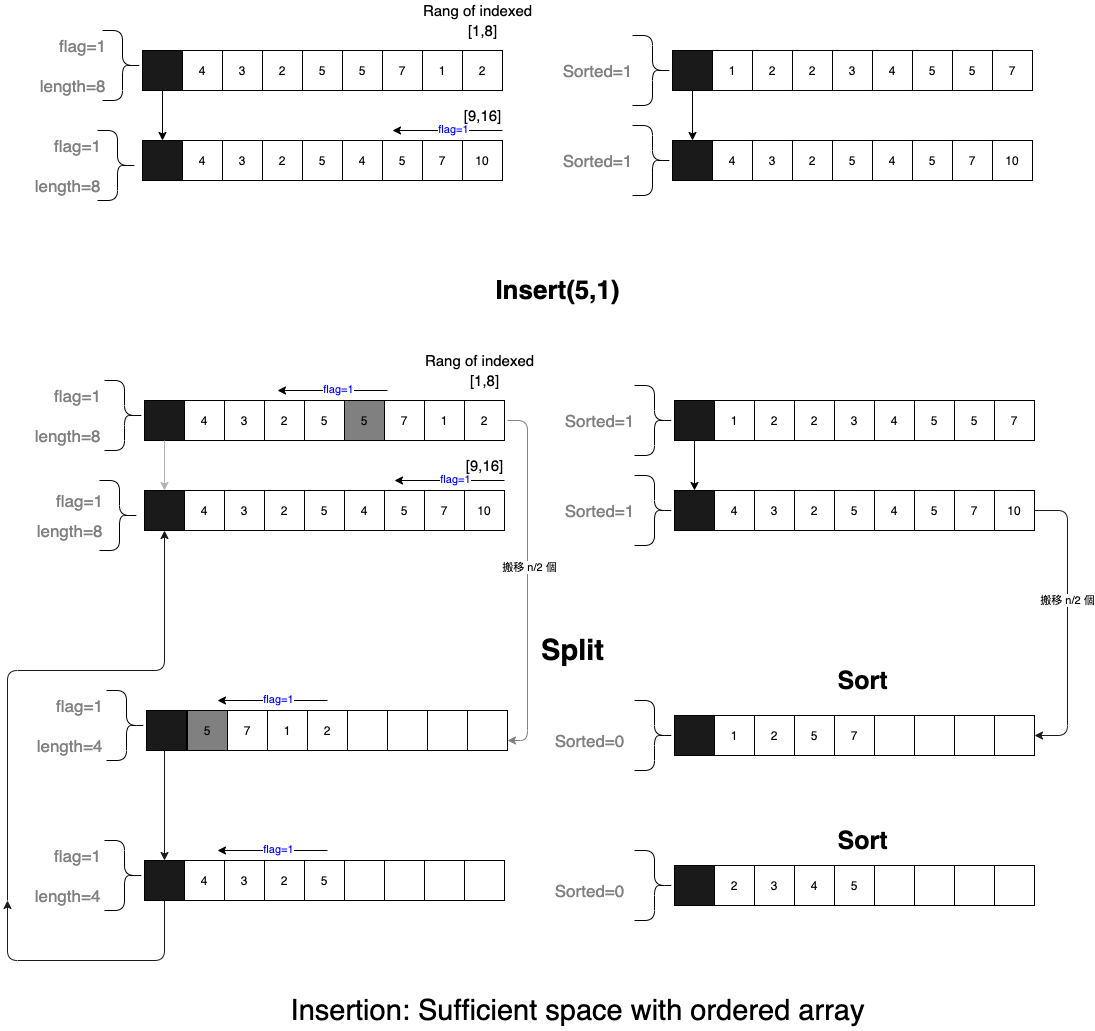
Earlier version of the draw.io export img/insert_ordered_insufficient_space.png (stevengogogo/DSA-KLeastElement). Source tidied: cells renumbered, new cells last; positions are measured from the earlier drawing's top-left corner, leaving out a move shared by most shapes.
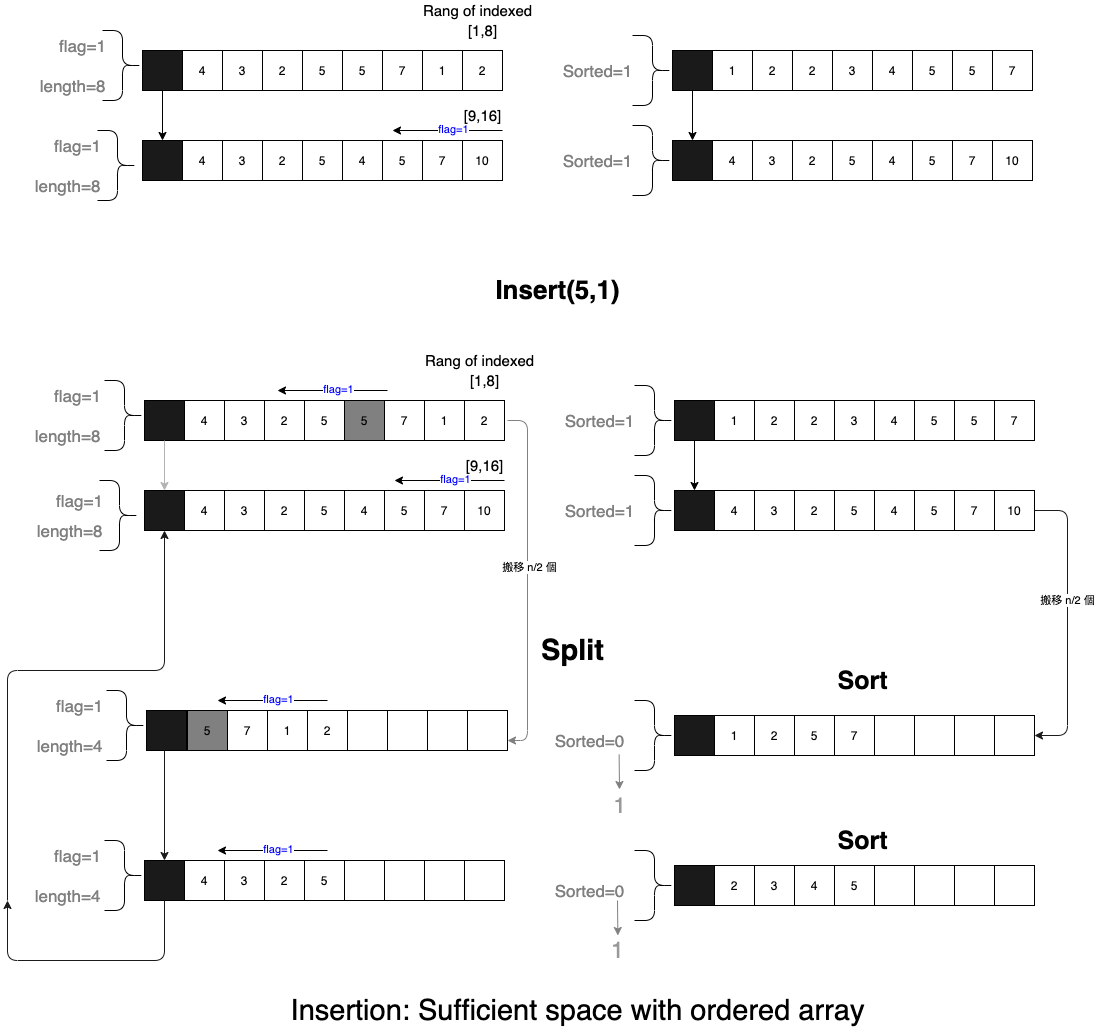
Later version of the same file.

The edit, as a diff of the source:
```diff
@@ -563,5 +563,23 @@
     <mxCell id="176" value="Insertion: Sufficient space with ordered array" style="text;html=1;align=center;verticalAlign=middle;strokeColor=none;fontSize=29;" parent="1" vertex="1">
       <mxGeometry x="285" y="990" width="590" height="40" as="geometry" />
     </mxCell>
+    <mxCell id="177" style="endArrow=classic;html=1;strokeColor=#808080;fontSize=29;fontColor=#000000;exitX=0.907;exitY=1;exitDx=0;exitDy=0;exitPerimeter=0;" parent="1" edge="1">
+      <mxGeometry relative="1" as="geometry">
+        <mxPoint x="621.6" y="754" as="sourcePoint" />
+        <mxPoint x="622" y="789" as="targetPoint" />
+      </mxGeometry>
+    </mxCell>
+    <mxCell id="178" style="endArrow=classic;html=1;strokeColor=#808080;fontSize=29;fontColor=#000000;exitX=0.907;exitY=1;exitDx=0;exitDy=0;exitPerimeter=0;" parent="1" edge="1">
+      <mxGeometry relative="1" as="geometry">
+        <mxPoint x="620" y="900" as="sourcePoint" />
+        <mxPoint x="620.4" y="935" as="targetPoint" />
+      </mxGeometry>
+    </mxCell>
+    <mxCell id="179" value="1" style="text;html=1;align=center;verticalAlign=middle;strokeColor=none;fontSize=22;fontColor=#999999;" parent="1" vertex="1">
+      <mxGeometry x="607" y="790" width="30" height="30" as="geometry" />
+    </mxCell>
+    <mxCell id="180" value="1" style="text;html=1;align=center;verticalAlign=middle;strokeColor=none;fontSize=23;fontColor=#999999;" parent="1" vertex="1">
+      <mxGeometry x="605" y="935" width="30" height="30" as="geometry" />
+    </mxCell>
   </root>
 </mxGraphModel>
```
